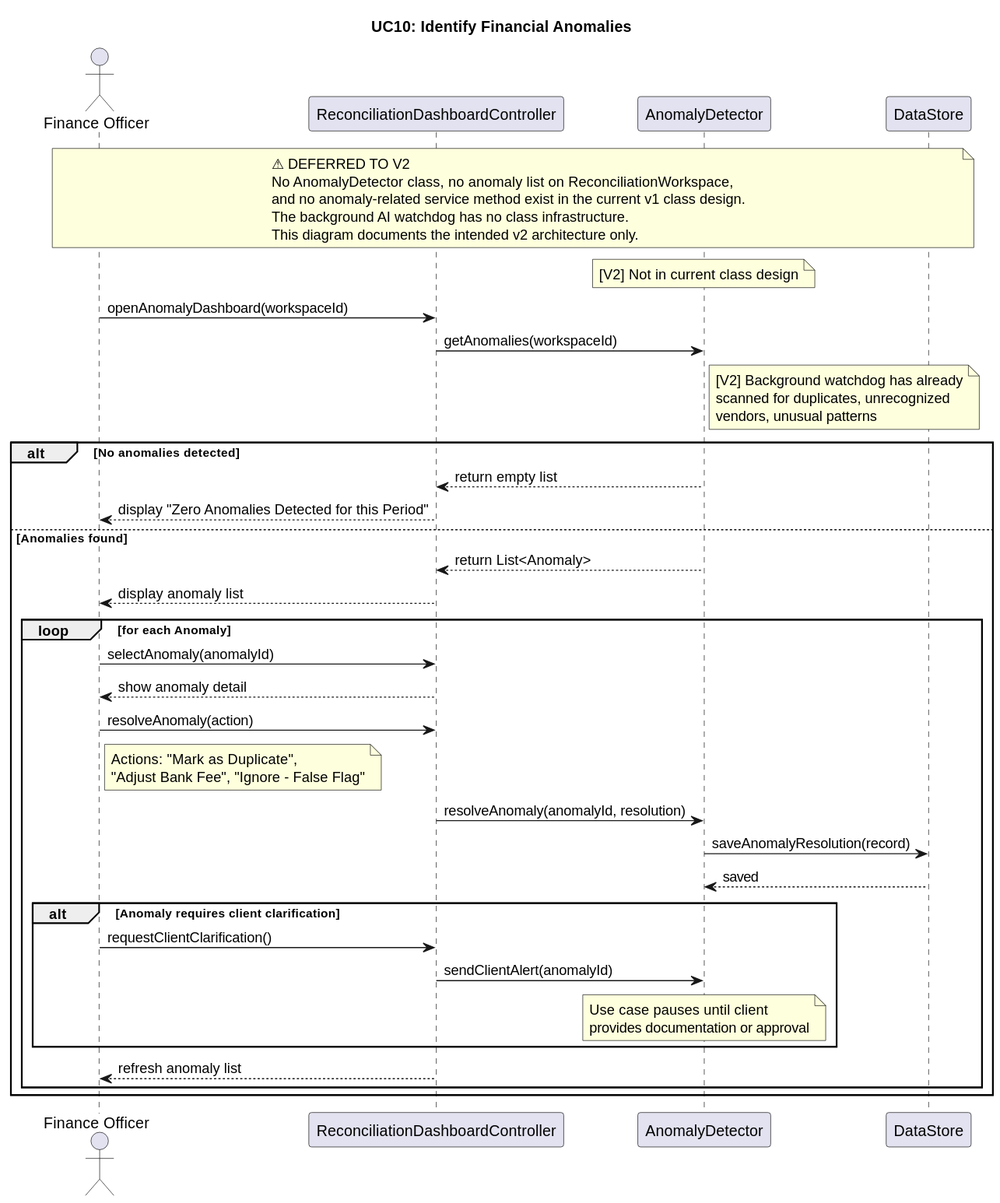
rayyan-41/AVAL-AI-Reconciliation-Engine keeps this PlantUML diagram as docs/Sequence Diagrams/UC10_IdentifyFinancialAnomalies.svg. Above is the earlier version.
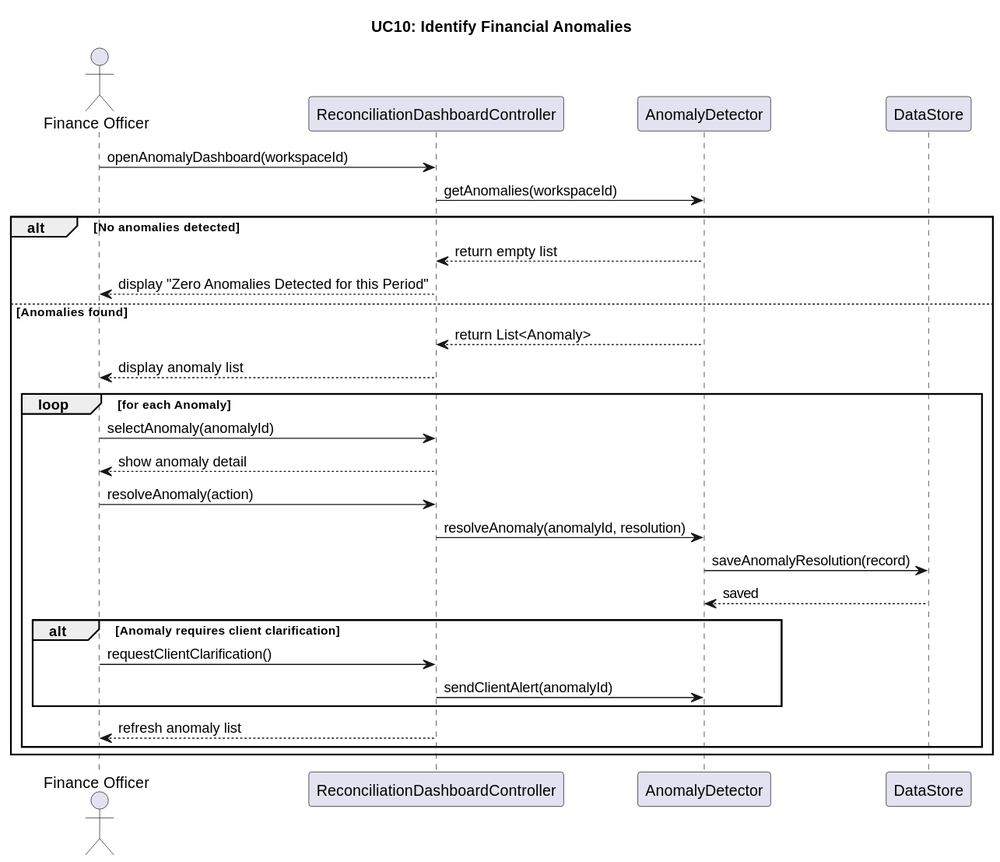
After the commit.

What changed in the source:
```diff
@@ -1,24 +1,13 @@
 @startuml
 title UC10: Identify Financial Anomalies
-
-note across
-  ⚠ DEFERRED TO V2
-  No AnomalyDetector class, no anomaly list on ReconciliationWorkspace,
-  and no anomaly-related service method exist in the current v1 class design.
-  The background AI watchdog has no class infrastructure.
-  This diagram documents the intended v2 architecture only.
-end note
 
 actor "Finance Officer" as FO
 participant "ReconciliationDashboardController" as RDC
 participant "AnomalyDetector" as AD
 participant "DataStore" as DS
 
-note over AD : [V2] Not in current class design
-
 FO -> RDC : openAnomalyDashboard(workspaceId)
 RDC -> AD : getAnomalies(workspaceId)
-note right of AD : [V2] Background watchdog has already\nscanned for duplicates, unrecognized\nvendors, unusual patterns
 
 alt No anomalies detected
     AD --> RDC : return empty list
@@ -32,7 +21,6 @@
         RDC --> FO : show anomaly detail
 
         FO -> RDC : resolveAnomaly(action)
-        note right of FO : Actions: "Mark as Duplicate",\n"Adjust Bank Fee", "Ignore - False Flag"
 
         RDC -> AD : resolveAnomaly(anomalyId, resolution)
         AD -> DS : saveAnomalyResolution(record)
@@ -41,7 +29,6 @@
         alt Anomaly requires client clarification
             FO -> RDC : requestClientClarification()
             RDC -> AD : sendClientAlert(anomalyId)
-            note over AD : Use case pauses until client\nprovides documentation or approval
         end
 
         RDC --> FO : refresh anomaly list
```
